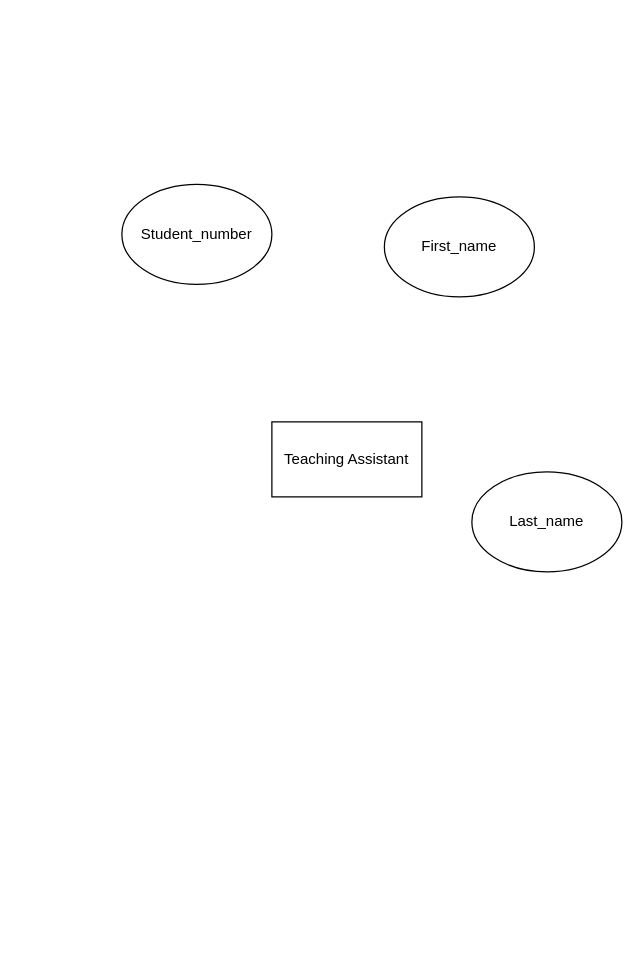
Above: 3319a2.drawio in benjaminnamo/databases (draw.io), before the change. Source tidied: cells renumbered, new cells numbered last; positions are measured from the earlier drawing's top-left corner, leaving out a move shared by most shapes. Both pictures are drawn from the tidied source at 125%, with x=0, y=0 at pixel (121, 184).
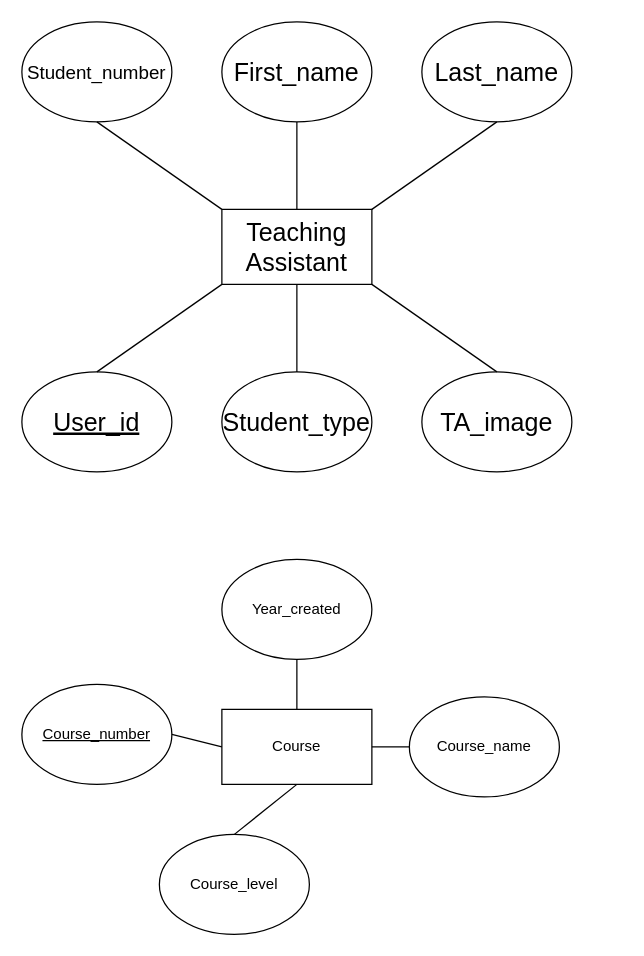
Above is the later version.

What changed in the source:
```diff
@@
-    <mxCell id="2" value="Teaching Assistant" style="rounded=0;whiteSpace=wrap;html=1;" parent="1" vertex="1">
-      <mxGeometry x="120" y="190" width="120" height="60" as="geometry" />
+    <mxCell id="2" value="Teaching Assistant" style="rounded=0;whiteSpace=wrap;html=1;fontSize=20;" parent="1" vertex="1">
+      <mxGeometry x="80" y="20" width="120" height="60" as="geometry" />
     </mxCell>
-    <mxCell id="3" value="First_name" style="ellipse;whiteSpace=wrap;html=1;" parent="1" vertex="1">
-      <mxGeometry x="210" y="10" width="120" height="80" as="geometry" />
+    <mxCell id="3" value="First_name" style="ellipse;whiteSpace=wrap;html=1;fontSize=20;" parent="1" vertex="1">
+      <mxGeometry x="80" y="-130" width="120" height="80" as="geometry" />
     </mxCell>
-    <mxCell id="4" value="Last_name" style="ellipse;whiteSpace=wrap;html=1;" parent="1" vertex="1">
-      <mxGeometry x="280" y="230" width="120" height="80" as="geometry" />
+    <mxCell id="4" value="Last_name" style="ellipse;whiteSpace=wrap;html=1;fontSize=20;" parent="1" vertex="1">
+      <mxGeometry x="240" y="-130" width="120" height="80" as="geometry" />
     </mxCell>
-    <mxCell id="5" value="Student_number" style="ellipse;whiteSpace=wrap;html=1;" parent="1" vertex="1">
-      <mxGeometry width="120" height="80" as="geometry" />
+    <mxCell id="5" value="Student_number" style="ellipse;whiteSpace=wrap;html=1;fontSize=15;" parent="1" vertex="1">
+      <mxGeometry x="-80" y="-130" width="120" height="80" as="geometry" />
     </mxCell>
+    <mxCell id="6" value="&lt;u style=&quot;font-size: 20px;&quot;&gt;User_id&lt;/u&gt;" style="ellipse;whiteSpace=wrap;html=1;fontSize=20;" parent="1" vertex="1">
+      <mxGeometry x="-80" y="150" width="120" height="80" as="geometry" />
+    </mxCell>
+    <mxCell id="7" value="Student_type" style="ellipse;whiteSpace=wrap;html=1;fontSize=20;" parent="1" vertex="1">
+      <mxGeometry x="80" y="150" width="120" height="80" as="geometry" />
+    </mxCell>
+    <mxCell id="8" value="TA_image" style="ellipse;whiteSpace=wrap;html=1;fontSize=20;" parent="1" vertex="1">
+      <mxGeometry x="240" y="150" width="120" height="80" as="geometry" />
+    </mxCell>
+    <mxCell id="9" style="endArrow=none;html=1;rounded=0;entryX=0;entryY=0;entryDx=0;entryDy=0;exitX=0.5;exitY=1;exitDx=0;exitDy=0;" parent="1" edge="1" source="5" target="2">
+      <mxGeometry relative="1" as="geometry" />
+    </mxCell>
+    <mxCell id="10" style="endArrow=none;html=1;rounded=0;entryX=0.5;entryY=0;entryDx=0;entryDy=0;exitX=0.5;exitY=1;exitDx=0;exitDy=0;" parent="1" edge="1" source="3" target="2">
+      <mxGeometry relative="1" as="geometry" />
+    </mxCell>
+    <mxCell id="11" style="endArrow=none;html=1;rounded=0;entryX=0.5;entryY=1;entryDx=0;entryDy=0;exitX=1;exitY=0;exitDx=0;exitDy=0;" parent="1" edge="1" source="2" target="4">
+      <mxGeometry relative="1" as="geometry" />
+    </mxCell>
+    <mxCell id="12" style="endArrow=none;html=1;rounded=0;entryX=0;entryY=1;entryDx=0;entryDy=0;exitX=0.5;exitY=0;exitDx=0;exitDy=0;" parent="1" edge="1" source="6" target="2">
+      <mxGeometry relative="1" as="geometry" />
+    </mxCell>
+    <mxCell id="13" style="endArrow=none;html=1;rounded=0;entryX=0.5;entryY=1;entryDx=0;entryDy=0;exitX=0.5;exitY=0;exitDx=0;exitDy=0;" parent="1" edge="1" source="7" target="2">
+      <mxGeometry relative="1" as="geometry" />
+    </mxCell>
+    <mxCell id="14" style="endArrow=none;html=1;rounded=0;entryX=1;entryY=1;entryDx=0;entryDy=0;exitX=0.5;exitY=0;exitDx=0;exitDy=0;" parent="1" edge="1" source="8" target="2">
+      <mxGeometry relative="1" as="geometry" />
+    </mxCell>
+    <mxCell id="15" value="Course" style="rounded=0;whiteSpace=wrap;html=1;" parent="1" vertex="1">
+      <mxGeometry x="80" y="420" width="120" height="60" as="geometry" />
+    </mxCell>
+    <mxCell id="16" value="&lt;u&gt;Course_number&lt;/u&gt;" style="ellipse;whiteSpace=wrap;html=1;" parent="1" vertex="1">
+      <mxGeometry x="-80" y="400" width="120" height="80" as="geometry" />
+    </mxCell>
+    <mxCell id="17" value="Course_name" style="ellipse;whiteSpace=wrap;html=1;" parent="1" vertex="1">
+      <mxGeometry x="230" y="410" width="120" height="80" as="geometry" />
+    </mxCell>
+    <mxCell id="18" value="Course_level" style="ellipse;whiteSpace=wrap;html=1;" parent="1" vertex="1">
+      <mxGeometry x="30" y="520" width="120" height="80" as="geometry" />
+    </mxCell>
+    <mxCell id="19" value="Year_created" style="ellipse;whiteSpace=wrap;html=1;" parent="1" vertex="1">
+      <mxGeometry x="80" y="300" width="120" height="80" as="geometry" />
+    </mxCell>
+    <mxCell id="20" style="endArrow=none;html=1;rounded=0;exitX=0.5;exitY=0;exitDx=0;exitDy=0;entryX=0.5;entryY=1;entryDx=0;entryDy=0;" parent="1" edge="1" source="15" target="19">
+      <mxGeometry relative="1" as="geometry" />
+    </mxCell>
+    <mxCell id="21" style="endArrow=none;html=1;rounded=0;entryX=0;entryY=0.5;entryDx=0;entryDy=0;exitX=1;exitY=0.5;exitDx=0;exitDy=0;" parent="1" edge="1" source="16" target="15">
+      <mxGeometry relative="1" as="geometry" />
+    </mxCell>
+    <mxCell id="22" style="endArrow=none;html=1;rounded=0;entryX=0.5;entryY=0;entryDx=0;entryDy=0;exitX=0.5;exitY=1;exitDx=0;exitDy=0;" parent="1" edge="1" source="15" target="18">
+      <mxGeometry relative="1" as="geometry" />
+    </mxCell>
+    <mxCell id="23" style="endArrow=none;html=1;rounded=0;entryX=1;entryY=0.5;entryDx=0;entryDy=0;exitX=0;exitY=0.5;exitDx=0;exitDy=0;" parent="1" edge="1" source="17" target="15">
+      <mxGeometry relative="1" as="geometry" />
+    </mxCell>
```
